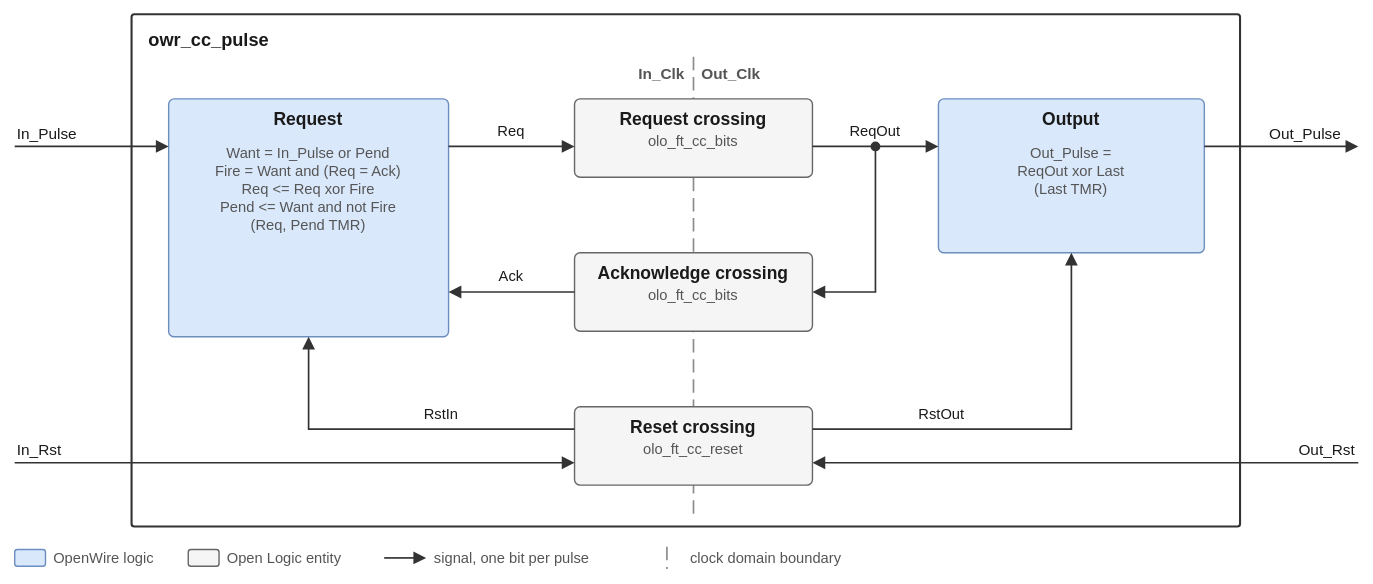
The draw.io diagram hdl/owr_pkg/docs/img/owr_cc_pulse_arch.drawio.svg in open-space-hdl/openwire, before a commit. Source tidied: cells renumbered, new cells last; positions are measured from the earlier drawing's top-left corner, leaving out a move shared by most shapes.
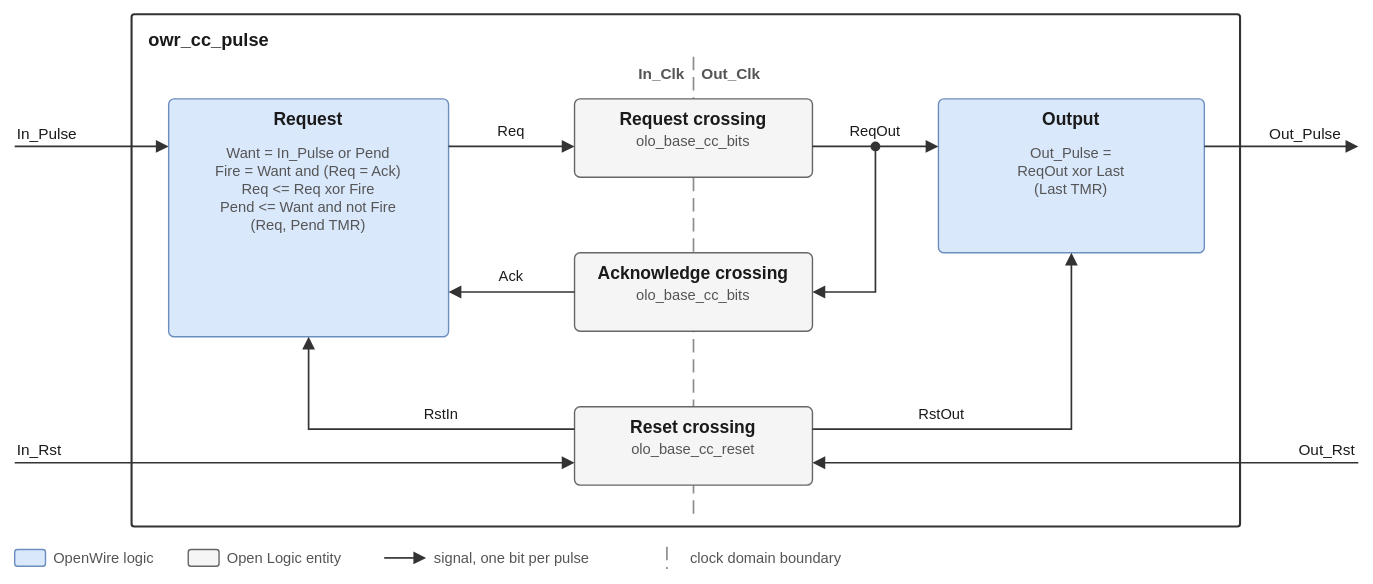
The same diagram one commit later.

What changed in the source:
```diff
@@ -8,12 +8,12 @@
     <mxCell id="3" value="owr_cc_pulse" style="rounded=1;arcSize=4;absoluteArcSize=1;html=0;fillColor=#ffffff;strokeColor=#333333;strokeWidth=1.5;fontFamily=Helvetica;fontSize=13;fontStyle=1;fontColor=#1a1a1a;align=left;verticalAlign=top;spacingLeft=10;spacingTop=4;" parent="1" vertex="1">
       <mxGeometry x="94" y="10" width="792" height="366" as="geometry" />
     </mxCell>
-    <mxCell id="4" style="html=0;rounded=0;edgeStyle=none;strokeColor=#8c8c8c;strokeWidth=1.2;dashed=1;dashPattern=8 4;endArrow=none;startArrow=none;" parent="1" edge="1">
-      <mxGeometry relative="1" as="geometry">
-        <mxPoint x="495" y="40" as="sourcePoint" />
-        <mxPoint x="495" y="368" as="targetPoint" />
-      </mxGeometry>
-    </mxCell>
+    <mxCell id="50" style="html=0;rounded=0;edgeStyle=none;strokeColor=#8c8c8c;strokeWidth=1.2;dashed=1;dashPattern=8 4;endArrow=none;startArrow=none;" parent="1" edge="1">
+      <mxGeometry relative="1" as="geometry">
+        <mxPoint x="495" y="40" as="sourcePoint" />
+        <mxPoint x="495" y="368" as="targetPoint" />
+      </mxGeometry>
+    </mxCell>
     <mxCell id="5" value="In_Clk" style="text;html=0;fontFamily=Helvetica;fontSize=11;fontColor=#555555;align=right;verticalAlign=middle;fontStyle=1;spacing=0;whiteSpace=nowrap;" parent="1" vertex="1">
       <mxGeometry x="369" y="44" width="120" height="16" as="geometry" />
     </mxCell>
@@ -35,18 +35,18 @@
     <mxCell id="11" value="Request crossing" style="text;html=0;fontFamily=Helvetica;fontSize=12.5;fontColor=#1a1a1a;align=center;verticalAlign=middle;fontStyle=1;spacing=0;whiteSpace=nowrap;" parent="10" vertex="1">
       <mxGeometry y="6" width="170" height="16" as="geometry" />
     </mxCell>
-    <mxCell id="12" value="olo_ft_cc_bits" style="text;html=0;fontFamily=Helvetica;fontSize=10.5;fontColor=#555555;align=center;verticalAlign=middle;fontStyle=0;spacing=0;whiteSpace=nowrap;" parent="10" vertex="1">
-      <mxGeometry y="23" width="170" height="14" as="geometry" />
-    </mxCell>
+    <mxCell id="51" value="olo_base_cc_bits" style="text;html=0;fontFamily=Helvetica;fontSize=10.5;fontColor=#555555;align=center;verticalAlign=middle;fontStyle=0;spacing=0;whiteSpace=nowrap;" parent="10" vertex="1">
+      <mxGeometry y="23" width="170" height="14" as="geometry" />
+    </mxCell>
     <mxCell id="13" style="rounded=1;arcSize=8;absoluteArcSize=1;html=0;fillColor=#f5f5f5;strokeColor=#666666;" parent="1" vertex="1">
       <mxGeometry x="410" y="180" width="170" height="56" as="geometry" />
     </mxCell>
     <mxCell id="14" value="Acknowledge crossing" style="text;html=0;fontFamily=Helvetica;fontSize=12.5;fontColor=#1a1a1a;align=center;verticalAlign=middle;fontStyle=1;spacing=0;whiteSpace=nowrap;" parent="13" vertex="1">
       <mxGeometry y="6" width="170" height="16" as="geometry" />
     </mxCell>
-    <mxCell id="15" value="olo_ft_cc_bits" style="text;html=0;fontFamily=Helvetica;fontSize=10.5;fontColor=#555555;align=center;verticalAlign=middle;fontStyle=0;spacing=0;whiteSpace=nowrap;" parent="13" vertex="1">
-      <mxGeometry y="23" width="170" height="14" as="geometry" />
-    </mxCell>
+    <mxCell id="52" value="olo_base_cc_bits" style="text;html=0;fontFamily=Helvetica;fontSize=10.5;fontColor=#555555;align=center;verticalAlign=middle;fontStyle=0;spacing=0;whiteSpace=nowrap;" parent="13" vertex="1">
+      <mxGeometry y="23" width="170" height="14" as="geometry" />
+    </mxCell>
     <mxCell id="16" style="rounded=1;arcSize=8;absoluteArcSize=1;html=0;fillColor=#dae8fc;strokeColor=#6c8ebf;" parent="1" vertex="1">
       <mxGeometry x="670" y="70" width="190" height="110" as="geometry" />
     </mxCell>
@@ -62,14 +62,14 @@
     <mxCell id="20" value="Reset crossing" style="text;html=0;fontFamily=Helvetica;fontSize=12.5;fontColor=#1a1a1a;align=center;verticalAlign=middle;fontStyle=1;spacing=0;whiteSpace=nowrap;" parent="19" vertex="1">
       <mxGeometry y="6" width="170" height="16" as="geometry" />
     </mxCell>
-    <mxCell id="21" value="olo_ft_cc_reset" style="text;html=0;fontFamily=Helvetica;fontSize=10.5;fontColor=#555555;align=center;verticalAlign=middle;fontStyle=0;spacing=0;whiteSpace=nowrap;" parent="19" vertex="1">
-      <mxGeometry y="23" width="170" height="14" as="geometry" />
-    </mxCell>
-    <mxCell id="22" style="html=0;rounded=0;edgeStyle=none;strokeColor=#333333;strokeWidth=1.2;endArrow=block;endFill=1;endSize=6;startArrow=none;startFill=1;startSize=6;fontFamily=Helvetica;fontSize=10.5;fontColor=#1a1a1a;labelBackgroundColor=#ffffff;entryX=0.0000;entryY=0.2000;entryDx=0;entryDy=0;entryPerimeter=0;" parent="1" edge="1" target="7">
-      <mxGeometry relative="1" as="geometry">
-        <mxPoint x="10" y="104" as="sourcePoint" />
-      </mxGeometry>
-    </mxCell>
+    <mxCell id="53" value="olo_base_cc_reset" style="text;html=0;fontFamily=Helvetica;fontSize=10.5;fontColor=#555555;align=center;verticalAlign=middle;fontStyle=0;spacing=0;whiteSpace=nowrap;" parent="19" vertex="1">
+      <mxGeometry y="23" width="170" height="14" as="geometry" />
+    </mxCell>
+    <mxCell id="54" style="html=0;rounded=0;edgeStyle=none;strokeColor=#333333;strokeWidth=1.2;endArrow=block;endFill=1;endSize=6;startArrow=none;startFill=1;startSize=6;fontFamily=Helvetica;fontSize=10.5;fontColor=#1a1a1a;labelBackgroundColor=#ffffff;entryX=0.0000;entryY=0.2000;entryDx=0;entryDy=0;entryPerimeter=0;" parent="1" edge="1" target="7">
+      <mxGeometry relative="1" as="geometry">
+        <mxPoint x="10" y="104" as="sourcePoint" />
+      </mxGeometry>
+    </mxCell>
     <mxCell id="23" value="In_Pulse" style="text;html=0;fontFamily=Helvetica;fontSize=11;fontColor=#1a1a1a;align=left;verticalAlign=middle;fontStyle=0;spacing=0;whiteSpace=nowrap;" parent="1" vertex="1">
       <mxGeometry x="12" y="87" width="76" height="15" as="geometry" />
     </mxCell>
@@ -85,44 +85,44 @@
     <mxCell id="27" value="ReqOut" style="text;html=0;fontFamily=Helvetica;fontSize=10.5;fontColor=#1a1a1a;align=center;verticalAlign=bottom;fontStyle=0;spacing=0;whiteSpace=nowrap;" parent="1" vertex="1">
       <mxGeometry x="604.5" y="86" width="41" height="14" as="geometry" />
     </mxCell>
-    <mxCell id="28" style="html=0;rounded=0;edgeStyle=none;strokeColor=#333333;strokeWidth=1.2;endArrow=block;endFill=1;endSize=6;startArrow=none;startFill=1;startSize=6;fontFamily=Helvetica;fontSize=10.5;fontColor=#1a1a1a;labelBackgroundColor=#ffffff;exitX=1.0000;exitY=0.3091;exitDx=0;exitDy=0;exitPerimeter=0;" parent="1" edge="1" source="16">
-      <mxGeometry relative="1" as="geometry">
-        <mxPoint x="970" y="104" as="targetPoint" />
-      </mxGeometry>
-    </mxCell>
+    <mxCell id="55" style="html=0;rounded=0;edgeStyle=none;strokeColor=#333333;strokeWidth=1.2;endArrow=block;endFill=1;endSize=6;startArrow=none;startFill=1;startSize=6;fontFamily=Helvetica;fontSize=10.5;fontColor=#1a1a1a;labelBackgroundColor=#ffffff;exitX=1.0000;exitY=0.3091;exitDx=0;exitDy=0;exitPerimeter=0;" parent="1" edge="1" source="16">
+      <mxGeometry relative="1" as="geometry">
+        <mxPoint x="970" y="104" as="targetPoint" />
+      </mxGeometry>
+    </mxCell>
     <mxCell id="29" value="Out_Pulse" style="text;html=0;fontFamily=Helvetica;fontSize=11;fontColor=#1a1a1a;align=right;verticalAlign=middle;fontStyle=0;spacing=0;whiteSpace=nowrap;" parent="1" vertex="1">
       <mxGeometry x="892" y="87" width="66" height="15" as="geometry" />
     </mxCell>
     <mxCell id="30" style="ellipse;html=0;fillColor=#333333;strokeColor=none;" parent="1" vertex="1">
       <mxGeometry x="621.5" y="100.5" width="7" height="7" as="geometry" />
     </mxCell>
-    <mxCell id="31" style="html=0;rounded=0;edgeStyle=none;strokeColor=#333333;strokeWidth=1.2;endArrow=block;endFill=1;endSize=6;startArrow=none;startFill=1;startSize=6;fontFamily=Helvetica;fontSize=10.5;fontColor=#1a1a1a;labelBackgroundColor=#ffffff;entryX=1.0000;entryY=0.5000;entryDx=0;entryDy=0;entryPerimeter=0;" parent="1" edge="1" target="13">
-      <mxGeometry relative="1" as="geometry">
-        <mxPoint x="625" y="104" as="sourcePoint" />
-        <Array as="points">
-          <mxPoint x="625" y="208" />
-        </Array>
-      </mxGeometry>
-    </mxCell>
+    <mxCell id="56" style="html=0;rounded=0;edgeStyle=none;strokeColor=#333333;strokeWidth=1.2;endArrow=block;endFill=1;endSize=6;startArrow=none;startFill=1;startSize=6;fontFamily=Helvetica;fontSize=10.5;fontColor=#1a1a1a;labelBackgroundColor=#ffffff;entryX=1.0000;entryY=0.5000;entryDx=0;entryDy=0;entryPerimeter=0;" parent="1" edge="1" target="13">
+      <mxGeometry relative="1" as="geometry">
+        <mxPoint x="625" y="104" as="sourcePoint" />
+        <Array as="points">
+          <mxPoint x="625" y="208" />
+        </Array>
+      </mxGeometry>
+    </mxCell>
     <mxCell id="32" style="html=0;rounded=0;edgeStyle=none;strokeColor=#333333;strokeWidth=1.2;endArrow=block;endFill=1;endSize=6;startArrow=none;startFill=1;startSize=6;fontFamily=Helvetica;fontSize=10.5;fontColor=#1a1a1a;labelBackgroundColor=#ffffff;exitX=0.0000;exitY=0.5000;exitDx=0;exitDy=0;exitPerimeter=0;entryX=1.0000;entryY=0.8118;entryDx=0;entryDy=0;entryPerimeter=0;" parent="1" edge="1" source="13" target="7">
       <mxGeometry relative="1" as="geometry" />
     </mxCell>
     <mxCell id="33" value="Ack" style="text;html=0;fontFamily=Helvetica;fontSize=10.5;fontColor=#1a1a1a;align=center;verticalAlign=bottom;fontStyle=0;spacing=0;whiteSpace=nowrap;" parent="1" vertex="1">
       <mxGeometry x="353" y="190" width="24" height="14" as="geometry" />
     </mxCell>
-    <mxCell id="34" style="html=0;rounded=0;edgeStyle=none;strokeColor=#333333;strokeWidth=1.2;endArrow=block;endFill=1;endSize=6;startArrow=none;startFill=1;startSize=6;fontFamily=Helvetica;fontSize=10.5;fontColor=#1a1a1a;labelBackgroundColor=#ffffff;entryX=0.0000;entryY=0.7143;entryDx=0;entryDy=0;entryPerimeter=0;" parent="1" edge="1" target="19">
-      <mxGeometry relative="1" as="geometry">
-        <mxPoint x="10" y="330" as="sourcePoint" />
-      </mxGeometry>
-    </mxCell>
+    <mxCell id="57" style="html=0;rounded=0;edgeStyle=none;strokeColor=#333333;strokeWidth=1.2;endArrow=block;endFill=1;endSize=6;startArrow=none;startFill=1;startSize=6;fontFamily=Helvetica;fontSize=10.5;fontColor=#1a1a1a;labelBackgroundColor=#ffffff;entryX=0.0000;entryY=0.7143;entryDx=0;entryDy=0;entryPerimeter=0;" parent="1" edge="1" target="19">
+      <mxGeometry relative="1" as="geometry">
+        <mxPoint x="10" y="330" as="sourcePoint" />
+      </mxGeometry>
+    </mxCell>
     <mxCell id="35" value="In_Rst" style="text;html=0;fontFamily=Helvetica;fontSize=11;fontColor=#1a1a1a;align=left;verticalAlign=middle;fontStyle=0;spacing=0;whiteSpace=nowrap;" parent="1" vertex="1">
       <mxGeometry x="12" y="313" width="76" height="15" as="geometry" />
     </mxCell>
-    <mxCell id="36" style="html=0;rounded=0;edgeStyle=none;strokeColor=#333333;strokeWidth=1.2;endArrow=block;endFill=1;endSize=6;startArrow=none;startFill=1;startSize=6;fontFamily=Helvetica;fontSize=10.5;fontColor=#1a1a1a;labelBackgroundColor=#ffffff;entryX=1.0000;entryY=0.7143;entryDx=0;entryDy=0;entryPerimeter=0;" parent="1" edge="1" target="19">
-      <mxGeometry relative="1" as="geometry">
-        <mxPoint x="970" y="330" as="sourcePoint" />
-      </mxGeometry>
-    </mxCell>
+    <mxCell id="58" style="html=0;rounded=0;edgeStyle=none;strokeColor=#333333;strokeWidth=1.2;endArrow=block;endFill=1;endSize=6;startArrow=none;startFill=1;startSize=6;fontFamily=Helvetica;fontSize=10.5;fontColor=#1a1a1a;labelBackgroundColor=#ffffff;entryX=1.0000;entryY=0.7143;entryDx=0;entryDy=0;entryPerimeter=0;" parent="1" edge="1" target="19">
+      <mxGeometry relative="1" as="geometry">
+        <mxPoint x="970" y="330" as="sourcePoint" />
+      </mxGeometry>
+    </mxCell>
     <mxCell id="37" value="Out_Rst" style="text;html=0;fontFamily=Helvetica;fontSize=11;fontColor=#1a1a1a;align=right;verticalAlign=middle;fontStyle=0;spacing=0;whiteSpace=nowrap;" parent="1" vertex="1">
       <mxGeometry x="892" y="313" width="76" height="15" as="geometry" />
     </mxCell>
@@ -158,21 +158,21 @@
     <mxCell id="45" value="Open Logic entity" style="text;html=0;fontFamily=Helvetica;fontSize=10.5;fontColor=#555555;align=left;verticalAlign=middle;fontStyle=0;spacing=0;whiteSpace=nowrap;" parent="1" vertex="1">
       <mxGeometry x="162" y="390" width="96" height="16" as="geometry" />
     </mxCell>
-    <mxCell id="46" style="html=0;rounded=0;edgeStyle=none;strokeColor=#333333;strokeWidth=1.2;endArrow=block;endFill=1;endSize=6;startArrow=none;startFill=1;startSize=6;fontFamily=Helvetica;fontSize=10.5;fontColor=#1a1a1a;labelBackgroundColor=#ffffff;" parent="1" edge="1">
-      <mxGeometry relative="1" as="geometry">
-        <mxPoint x="274" y="398" as="sourcePoint" />
-        <mxPoint x="304" y="398" as="targetPoint" />
-      </mxGeometry>
-    </mxCell>
+    <mxCell id="59" style="html=0;rounded=0;edgeStyle=none;strokeColor=#333333;strokeWidth=1.2;endArrow=block;endFill=1;endSize=6;startArrow=none;startFill=1;startSize=6;fontFamily=Helvetica;fontSize=10.5;fontColor=#1a1a1a;labelBackgroundColor=#ffffff;" parent="1" edge="1">
+      <mxGeometry relative="1" as="geometry">
+        <mxPoint x="274" y="398" as="sourcePoint" />
+        <mxPoint x="304" y="398" as="targetPoint" />
+      </mxGeometry>
+    </mxCell>
     <mxCell id="47" value="signal, one bit per pulse" style="text;html=0;fontFamily=Helvetica;fontSize=10.5;fontColor=#555555;align=left;verticalAlign=middle;fontStyle=0;spacing=0;whiteSpace=nowrap;" parent="1" vertex="1">
       <mxGeometry x="310" y="390" width="139" height="16" as="geometry" />
     </mxCell>
-    <mxCell id="48" style="html=0;rounded=0;edgeStyle=none;strokeColor=#8c8c8c;strokeWidth=1.2;dashed=1;dashPattern=8 4;endArrow=none;startArrow=none;" parent="1" edge="1">
-      <mxGeometry relative="1" as="geometry">
-        <mxPoint x="476" y="390" as="sourcePoint" />
-        <mxPoint x="476" y="406" as="targetPoint" />
-      </mxGeometry>
-    </mxCell>
+    <mxCell id="60" style="html=0;rounded=0;edgeStyle=none;strokeColor=#8c8c8c;strokeWidth=1.2;dashed=1;dashPattern=8 4;endArrow=none;startArrow=none;" parent="1" edge="1">
+      <mxGeometry relative="1" as="geometry">
+        <mxPoint x="476" y="390" as="sourcePoint" />
+        <mxPoint x="476" y="406" as="targetPoint" />
+      </mxGeometry>
+    </mxCell>
     <mxCell id="49" value="clock domain boundary" style="text;html=0;fontFamily=Helvetica;fontSize=10.5;fontColor=#555555;align=left;verticalAlign=middle;fontStyle=0;spacing=0;whiteSpace=nowrap;" parent="1" vertex="1">
       <mxGeometry x="493" y="390" width="117" height="16" as="geometry" />
     </mxCell>
```
